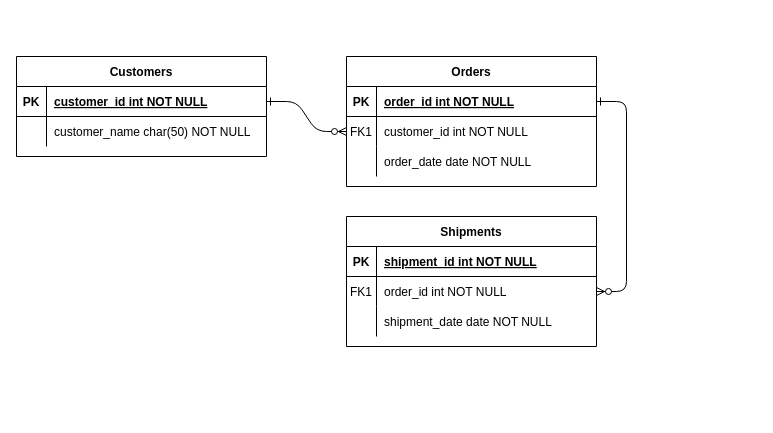
This is Untitled Diagram.drawio from naylasabritanjung/PROGLAN-045, a draw.io file, before an edit. Source tidied: cells renumbered, new cells numbered last; positions are measured from the earlier drawing's top-left corner, leaving out a move shared by most shapes. Both pictures are drawn from the tidied source at 100%, with x=0, y=0 at pixel (16, 56).
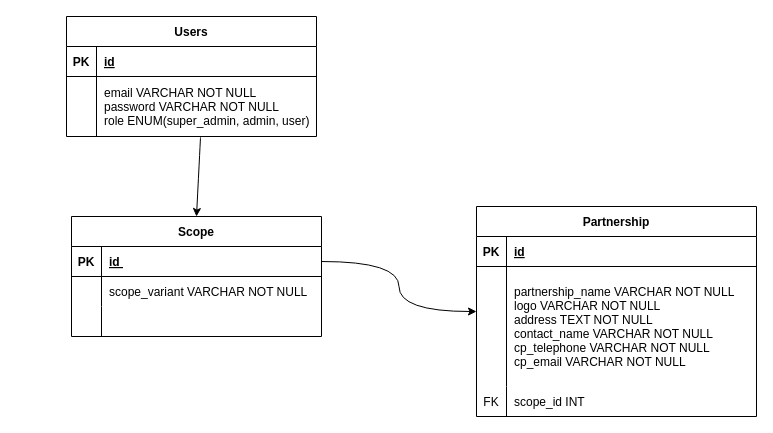
The same diagram, later.

Commit message:
web erd

Unchanged cells that the change refers to:
```xml
<mxCell id="5" style="shape=partialRectangle;fillColor=none;points=[[0,0.5],[1,0.5]];portConstraint=eastwest;top=0;left=0;right=0;bottom=1;" parent="4" vertex="1">
  <mxGeometry y="30" width="250" height="30" as="geometry" />
</mxCell>
<mxCell id="8" style="shape=partialRectangle;fillColor=none;points=[[0,0.5],[1,0.5]];portConstraint=eastwest;top=0;left=0;right=0;bottom=0;" parent="4" vertex="1">
  <mxGeometry y="60" width="250" height="30" as="geometry" />
</mxCell>
<mxCell id="11" style="shape=partialRectangle;fillColor=none;top=0;left=0;right=0;bottom=0;" parent="4" vertex="1">
  <mxGeometry y="90" width="250" height="30" as="geometry" />
</mxCell>
<mxCell id="25" style="shape=partialRectangle;fillColor=none;points=[[0,0.5],[1,0.5]];portConstraint=eastwest;top=0;left=0;right=0;bottom=1;" parent="24" vertex="1">
  <mxGeometry y="30" width="250" height="30" as="geometry" />
</mxCell>
```

What changed in the source:
```diff
@@
-    <mxCell id="2" style="edgeStyle=entityRelationEdgeStyle;endArrow=ERzeroToMany;startArrow=ERone;endFill=1;startFill=0;" parent="1" edge="1" source="25" target="8">
-      <mxGeometry relative="1" as="geometry" />
-    </mxCell>
-    <mxCell id="3" style="edgeStyle=entityRelationEdgeStyle;endArrow=ERzeroToMany;startArrow=ERone;endFill=1;startFill=0;" parent="1" edge="1" source="5" target="18">
-      <mxGeometry relative="1" as="geometry" />
-    </mxCell>
-    <mxCell id="4" value="Orders" style="shape=table;startSize=30;childLayout=tableLayout;rowLines=0;fontStyle=1;align=center;" parent="1" vertex="1">
-      <mxGeometry x="330" width="250" height="130" as="geometry" />
+    <mxCell id="4" value="Scope" style="shape=table;startSize=30;childLayout=tableLayout;rowLines=0;fontStyle=1;align=center;" parent="1" vertex="1">
+      <mxGeometry x="55" y="160" width="250" height="120" as="geometry" />
     </mxCell>
@@
-    <mxCell id="7" value="order_id int NOT NULL " style="shape=partialRectangle;overflow=hidden;fillColor=none;top=0;left=0;bottom=0;right=0;align=left;spacingLeft=6;fontStyle=5;" parent="5" vertex="1">
+    <mxCell id="7" value="id " style="shape=partialRectangle;overflow=hidden;fillColor=none;top=0;left=0;bottom=0;right=0;align=left;spacingLeft=6;fontStyle=5;" parent="5" vertex="1">
       <mxGeometry x="30" width="220" height="30" as="geometry" />
     </mxCell>
@@
-    <mxCell id="9" value="FK1" style="shape=partialRectangle;overflow=hidden;fillColor=none;top=0;left=0;bottom=0;right=0;" parent="8" vertex="1">
+    <mxCell id="9" style="shape=partialRectangle;overflow=hidden;fillColor=none;top=0;left=0;bottom=0;right=0;" parent="8" vertex="1">
       <mxGeometry width="30" height="30" as="geometry" />
     </mxCell>
-    <mxCell id="10" value="customer_id int NOT NULL" style="shape=partialRectangle;overflow=hidden;fillColor=none;top=0;left=0;bottom=0;right=0;align=left;spacingLeft=6;" parent="8" vertex="1">
+    <mxCell id="10" value="scope_variant VARCHAR NOT NULL" style="shape=partialRectangle;overflow=hidden;fillColor=none;top=0;left=0;bottom=0;right=0;align=left;spacingLeft=6;" parent="8" vertex="1">
       <mxGeometry x="30" width="220" height="30" as="geometry" />
     </mxCell>
@@
-    <mxCell id="13" value="order_date date NOT NULL" style="shape=partialRectangle;overflow=hidden;fillColor=none;top=0;left=0;bottom=0;right=0;align=left;spacingLeft=6;" parent="11" vertex="1">
+    <mxCell id="13" style="shape=partialRectangle;overflow=hidden;fillColor=none;top=0;left=0;bottom=0;right=0;align=left;spacingLeft=6;" parent="11" vertex="1">
       <mxGeometry x="30" width="220" height="30" as="geometry" />
     </mxCell>
-    <mxCell id="14" value="Shipments" style="shape=table;startSize=30;childLayout=tableLayout;rowLines=0;fontStyle=1;align=center;" parent="1" vertex="1">
-      <mxGeometry x="330" y="160" width="250" height="130" as="geometry" />
+    <mxCell id="14" value="Partnership" style="shape=table;startSize=30;childLayout=tableLayout;rowLines=0;fontStyle=1;align=center;" parent="1" vertex="1">
+      <mxGeometry x="460" y="150" width="280" height="210" as="geometry" />
     </mxCell>
     <mxCell id="15" style="shape=partialRectangle;fillColor=none;top=0;left=0;right=0;bottom=1;" parent="14" vertex="1">
-      <mxGeometry y="30" width="250" height="30" as="geometry" />
+      <mxGeometry y="30" width="280" height="30" as="geometry" />
     </mxCell>
@@
-    <mxCell id="17" value="shipment_id int NOT NULL " style="shape=partialRectangle;overflow=hidden;fillColor=none;top=0;left=0;bottom=0;right=0;align=left;spacingLeft=6;fontStyle=5;" parent="15" vertex="1">
-      <mxGeometry x="30" width="220" height="30" as="geometry" />
+    <mxCell id="17" value="id" style="shape=partialRectangle;overflow=hidden;fillColor=none;top=0;left=0;bottom=0;right=0;align=left;spacingLeft=6;fontStyle=5;" parent="15" vertex="1">
+      <mxGeometry x="30" width="250" height="30" as="geometry" />
     </mxCell>
     <mxCell id="18" style="shape=partialRectangle;fillColor=none;points=[[0,0.5],[1,0.5]];portConstraint=eastwest;top=0;left=0;right=0;bottom=0;" parent="14" vertex="1">
-      <mxGeometry y="60" width="250" height="30" as="geometry" />
+      <mxGeometry y="60" width="280" height="120" as="geometry" />
     </mxCell>
-    <mxCell id="19" value="FK1" style="shape=partialRectangle;overflow=hidden;fillColor=none;top=0;left=0;bottom=0;right=0;" parent="18" vertex="1">
-      <mxGeometry width="30" height="30" as="geometry" />
+    <mxCell id="19" style="shape=partialRectangle;overflow=hidden;fillColor=none;top=0;left=0;bottom=0;right=0;" parent="18" vertex="1">
+      <mxGeometry width="30" height="120" as="geometry" />
     </mxCell>
-    <mxCell id="20" value="order_id int NOT NULL" style="shape=partialRectangle;overflow=hidden;fillColor=none;top=0;left=0;bottom=0;right=0;align=left;spacingLeft=6;" parent="18" vertex="1">
-      <mxGeometry x="30" width="220" height="30" as="geometry" />
+    <mxCell id="20" value="partnership_name VARCHAR NOT NULL&#10;logo VARCHAR NOT NULL&#10;address TEXT NOT NULL&#10;contact_name VARCHAR NOT NULL&#10;cp_telephone VARCHAR NOT NULL&#10;cp_email VARCHAR NOT NULL" style="shape=partialRectangle;overflow=hidden;fillColor=none;top=0;left=0;bottom=0;right=0;align=left;spacingLeft=6;" parent="18" vertex="1">
+      <mxGeometry x="30" width="250" height="120" as="geometry" />
     </mxCell>
     <mxCell id="21" style="shape=partialRectangle;fillColor=none;top=0;left=0;right=0;bottom=0;" parent="14" vertex="1">
-      <mxGeometry y="90" width="250" height="30" as="geometry" />
+      <mxGeometry y="180" width="280" height="30" as="geometry" />
     </mxCell>
-    <mxCell id="22" style="shape=partialRectangle;overflow=hidden;fillColor=none;top=0;left=0;bottom=0;right=0;" parent="21" vertex="1">
+    <mxCell id="22" value="FK" style="shape=partialRectangle;overflow=hidden;fillColor=none;top=0;left=0;bottom=0;right=0;" parent="21" vertex="1">
       <mxGeometry width="30" height="30" as="geometry" />
     </mxCell>
-    <mxCell id="23" value="shipment_date date NOT NULL" style="shape=partialRectangle;overflow=hidden;fillColor=none;top=0;left=0;bottom=0;right=0;align=left;spacingLeft=6;" parent="21" vertex="1">
-      <mxGeometry x="30" width="220" height="30" as="geometry" />
+    <mxCell id="23" value="scope_id INT" style="shape=partialRectangle;overflow=hidden;fillColor=none;top=0;left=0;bottom=0;right=0;align=left;spacingLeft=6;" parent="21" vertex="1">
+      <mxGeometry x="30" width="250" height="30" as="geometry" />
     </mxCell>
-    <mxCell id="24" value="Customers" style="shape=table;startSize=30;childLayout=tableLayout;rowLines=0;fontStyle=1;align=center;" parent="1" vertex="1">
-      <mxGeometry width="250" height="100" as="geometry" />
+    <mxCell id="24" value="Users" style="shape=table;startSize=30;childLayout=tableLayout;rowLines=0;fontStyle=1;align=center;" parent="1" vertex="1">
+      <mxGeometry x="50" y="-40" width="250" height="120" as="geometry" />
     </mxCell>
@@
-    <mxCell id="27" value="customer_id int NOT NULL " style="shape=partialRectangle;overflow=hidden;fillColor=none;top=0;left=0;bottom=0;right=0;align=left;spacingLeft=6;fontStyle=5;" parent="25" vertex="1">
+    <mxCell id="27" value="id" style="shape=partialRectangle;overflow=hidden;fillColor=none;top=0;left=0;bottom=0;right=0;align=left;spacingLeft=6;fontStyle=5;" parent="25" vertex="1">
       <mxGeometry x="30" width="220" height="30" as="geometry" />
     </mxCell>
     <mxCell id="28" style="shape=partialRectangle;fillColor=none;points=[[0,0.5],[1,0.5]];portConstraint=eastwest;top=0;left=0;right=0;bottom=0;" parent="24" vertex="1">
-      <mxGeometry y="60" width="250" height="30" as="geometry" />
+      <mxGeometry y="60" width="250" height="60" as="geometry" />
     </mxCell>
     <mxCell id="29" style="shape=partialRectangle;overflow=hidden;fillColor=none;top=0;left=0;bottom=0;right=0;" parent="28" vertex="1">
-      <mxGeometry width="30" height="30" as="geometry" />
+      <mxGeometry width="30" height="60" as="geometry" />
     </mxCell>
-    <mxCell id="30" value="customer_name char(50) NOT NULL" style="shape=partialRectangle;overflow=hidden;fillColor=none;top=0;left=0;bottom=0;right=0;align=left;spacingLeft=6;" parent="28" vertex="1">
-      <mxGeometry x="30" width="220" height="30" as="geometry" />
+    <mxCell id="30" value="email VARCHAR NOT NULL&#10;password VARCHAR NOT NULL&#10;role ENUM(super_admin, admin, user)" style="shape=partialRectangle;overflow=hidden;fillColor=none;top=0;left=0;bottom=0;right=0;align=left;spacingLeft=6;" parent="28" vertex="1">
+      <mxGeometry x="30" width="220" height="60" as="geometry" />
     </mxCell>
+    <mxCell id="31" style="edgeStyle=none;jettySize=auto;html=1;rounded=0;curved=1;exitX=0.536;exitY=1.015;exitDx=0;exitDy=0;exitPerimeter=0;entryX=0.5;entryY=0;entryDx=0;entryDy=0;" parent="1" edge="1" source="28" target="4">
+      <mxGeometry relative="1" as="geometry" />
+    </mxCell>
+    <mxCell id="32" style="edgeStyle=orthogonalEdgeStyle;curved=1;rounded=0;jettySize=auto;html=1;exitX=1;exitY=0.5;exitDx=0;exitDy=0;" parent="1" edge="1" source="5" target="14">
+      <mxGeometry relative="1" as="geometry" />
+    </mxCell>
```
